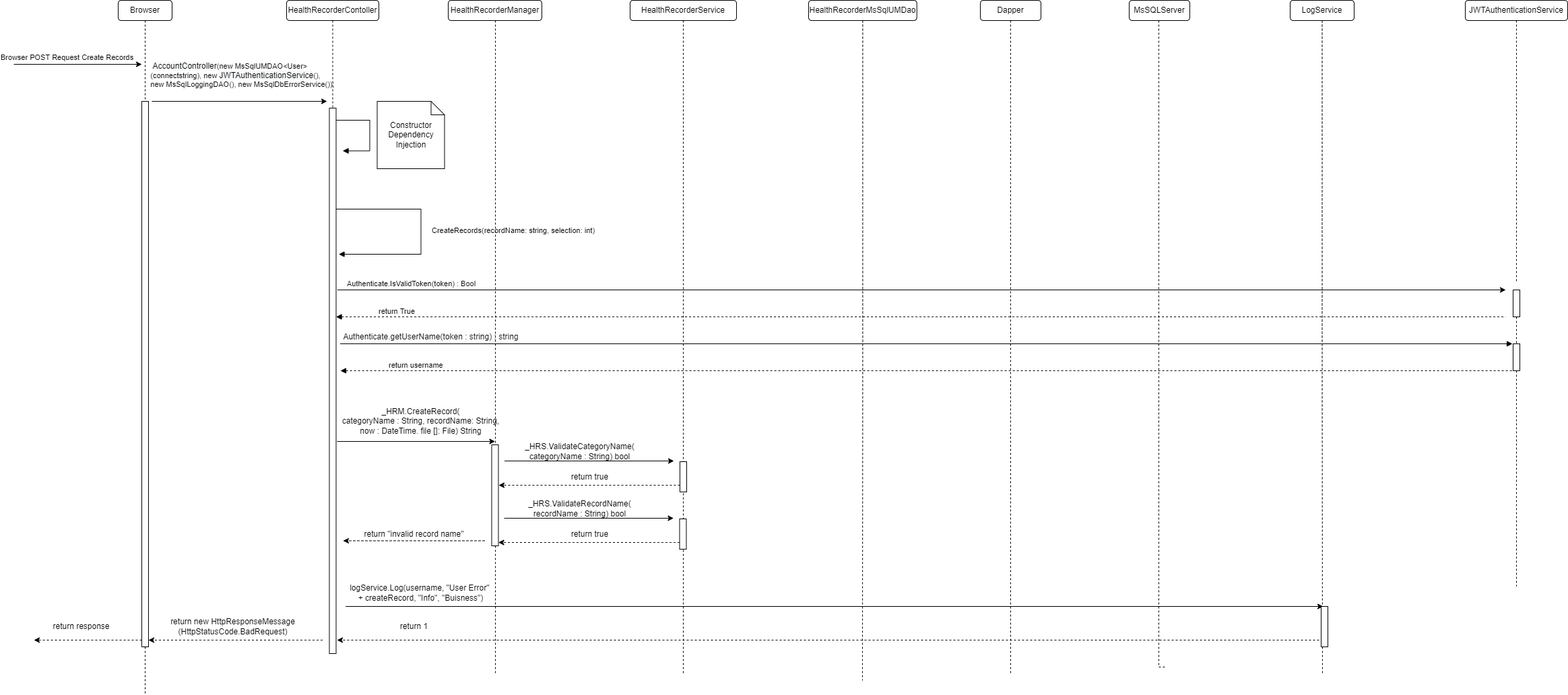
Before: Documents/Features/Feature - Health Recorder/CreateRecords/CreateRecordsLL-Invalid Record Name.drawio.png, a diagram exported from draw.io (Annihilator3180/CECS-491A-Senior-Project). Source tidied: cells renumbered, new cells last; positions are measured from the earlier drawing's top-left corner, leaving out a move shared by most shapes.
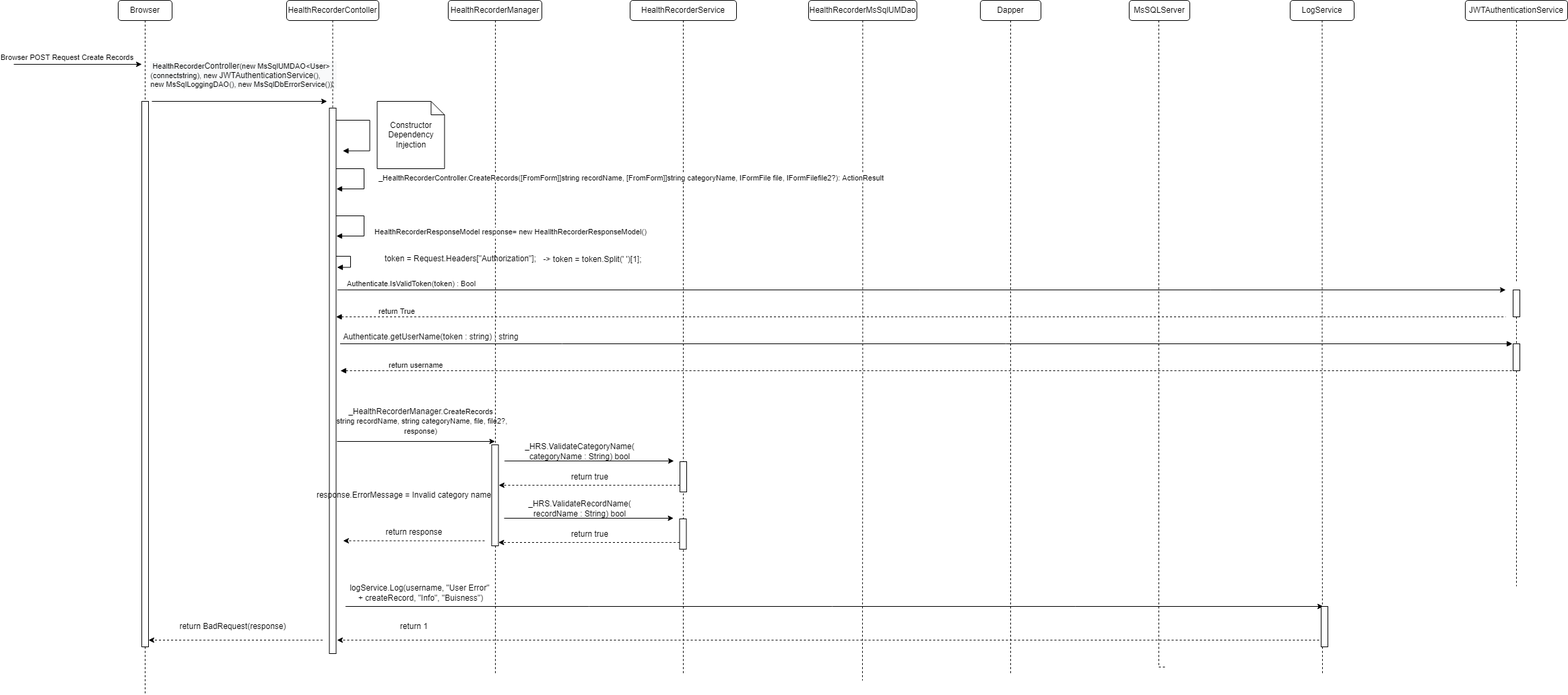
The same diagram one commit later.

Diff of the diagram source:
```diff
@@ -76,7 +76,7 @@
         <mxPoint x="465" y="150" as="targetPoint" />
       </mxGeometry>
     </mxCell>
-    <mxCell id="18" value="&lt;div style=&quot;text-align: left&quot;&gt;&amp;nbsp;&lt;span style=&quot;font-size: 12px ; text-align: center ; background-color: rgb(248 , 249 , 250)&quot;&gt;AccountController&lt;/span&gt;(new MsSqlUMDAO&amp;lt;User&amp;gt;&lt;br&gt;&lt;/div&gt;&lt;div style=&quot;text-align: left&quot;&gt;(connectstring), new&amp;nbsp;&lt;span style=&quot;font-size: 12px ; text-align: center ; background-color: rgb(248 , 249 , 250)&quot;&gt;JWTAuthenticationService&lt;/span&gt;(),&amp;nbsp;&lt;/div&gt;&lt;div style=&quot;text-align: left&quot;&gt;new MsSqlLoggingDAO(), new MsSqlDbErrorService());&amp;nbsp;&lt;/div&gt;" style="edgeLabel;html=1;align=center;verticalAlign=middle;" parent="17" vertex="1">
+    <mxCell id="18" value="&lt;div style=&quot;text-align: left&quot;&gt;&lt;div style=&quot;background-color: rgb(248 , 249 , 250)&quot;&gt;&amp;nbsp;HealthRecorder&lt;span style=&quot;font-size: 12px ; text-align: center&quot;&gt;Controller&lt;/span&gt;(new MsSqlUMDAO&amp;lt;User&amp;gt;&lt;br&gt;&lt;/div&gt;&lt;div style=&quot;background-color: rgb(248 , 249 , 250)&quot;&gt;(connectstring), new&amp;nbsp;&lt;span style=&quot;font-size: 12px ; text-align: center&quot;&gt;JWTAuthenticationService&lt;/span&gt;(),&amp;nbsp;&lt;/div&gt;&lt;div style=&quot;background-color: rgb(248 , 249 , 250)&quot;&gt;new MsSqlLoggingDAO(), new MsSqlDbErrorService());&amp;nbsp;&lt;/div&gt;&lt;/div&gt;" style="edgeLabel;html=1;align=center;verticalAlign=middle;" parent="17" vertex="1">
       <mxGeometry x="0.57" y="-1" relative="1" as="geometry">
         <mxPoint x="-69" y="-41" as="offset" />
       </mxGeometry>
@@ -94,16 +94,6 @@
     <mxCell id="20" value="Constructor Dependency Injection" style="shape=note;size=20;whiteSpace=wrap;html=1;" parent="1" vertex="1">
       <mxGeometry x="539.5" y="150" width="100" height="100" as="geometry" />
     </mxCell>
-    <mxCell id="21" value="CreateRecords(recordName: string, selection: int)" style="endArrow=block;endFill=1;html=1;edgeStyle=orthogonalEdgeStyle;align=left;verticalAlign=top;rounded=0;" parent="1" edge="1">
-      <mxGeometry x="-0.08" y="14" relative="1" as="geometry">
-        <mxPoint x="478.5" y="310" as="sourcePoint" />
-        <mxPoint x="482.5" y="377" as="targetPoint" />
-        <Array as="points">
-          <mxPoint x="604.5" y="310" />
-          <mxPoint x="604.5" y="377" />
-        </Array>
-      </mxGeometry>
-    </mxCell>
     <mxCell id="22" style="edgeStyle=orthogonalEdgeStyle;rounded=0;jettySize=auto;html=1;dashed=1;endArrow=none;endFill=0;" parent="1" edge="1" source="23">
       <mxGeometry relative="1" as="geometry">
         <mxPoint x="2231" y="420" as="targetPoint" />
@@ -186,8 +176,8 @@
         </Array>
       </mxGeometry>
     </mxCell>
-    <mxCell id="37" value="_HRM.CreateRecord(&lt;br&gt;categoryName : String, recordName: String,&lt;br&gt;now : DateTime. file []: File) String" style="text;html=1;align=center;verticalAlign=middle;strokeColor=none;fillColor=none;" parent="1" vertex="1">
-      <mxGeometry x="478.5" y="600" width="250" height="50" as="geometry" />
+    <mxCell id="37" value="_HealthRecorderManager.&lt;span style=&quot;font-size: 11px ; text-align: left ; background-color: rgb(255 , 255 , 255)&quot;&gt;CreateRecords&lt;br&gt;(string recordName, string categoryName, file, file2?,&lt;br&gt;response)&lt;/span&gt;" style="text;html=1;align=center;verticalAlign=middle;strokeColor=none;fillColor=none;" parent="1" vertex="1">
+      <mxGeometry x="468.5" y="600" width="270" height="50" as="geometry" />
     </mxCell>
     <mxCell id="38" style="endArrow=classic;html=1;rounded=0;edgeStyle=orthogonalEdgeStyle;" parent="1" edge="1">
       <mxGeometry relative="1" as="geometry">
@@ -244,8 +234,8 @@
         </Array>
       </mxGeometry>
     </mxCell>
-    <mxCell id="49" value="return &quot;invalid record name&quot;" style="text;html=1;align=center;verticalAlign=middle;strokeColor=none;fillColor=none;" parent="1" vertex="1">
-      <mxGeometry x="514" y="782.5" width="160" height="20" as="geometry" />
+    <mxCell id="49" value="&lt;span style=&quot;color: rgba(0 , 0 , 0 , 0) ; font-family: monospace ; font-size: 0px&quot;&gt;%3CmxGraphModel%3E%3Croot%3E%3CmxCell%20id%3D%220%22%2F%3E%3CmxCell%20id%3D%221%22%20parent%3D%220%22%2F%3E%3CmxCell%20id%3D%222%22%20value%3D%22return%20response%22%20style%3D%22text%3Bhtml%3D1%3Balign%3Dcenter%3BverticalAlign%3Dmiddle%3Bresizable%3D0%3Bpoints%3D%5B%5D%3Bautosize%3D1%3BstrokeColor%3Dnone%3BfillColor%3Dnone%3B%22%20vertex%3D%221%22%20parent%3D%221%22%3E%3CmxGeometry%20x%3D%22573.5%22%20y%3D%22787.5%22%20width%3D%22100%22%20height%3D%2220%22%20as%3D%22geometry%22%2F%3E%3C%2FmxCell%3E%3C%2Froot%3E%3C%2FmxGraphModel%3E&lt;/span&gt;" style="text;html=1;align=center;verticalAlign=middle;strokeColor=none;fillColor=none;" parent="1" vertex="1">
+      <mxGeometry x="584" y="782.5" width="20" height="20" as="geometry" />
     </mxCell>
     <mxCell id="50" style="edgeStyle=orthogonalEdgeStyle;rounded=0;jettySize=auto;html=1;dashed=1;startArrow=none;startFill=0;endArrow=none;endFill=0;" parent="1" edge="1" source="51">
       <mxGeometry relative="1" as="geometry">
@@ -258,8 +248,8 @@
     <mxCell id="52" style="edgeStyle=orthogonalEdgeStyle;rounded=0;jettySize=auto;html=1;dashed=1;startArrow=none;startFill=0;endArrow=none;endFill=0;" parent="1" edge="1" source="12" target="51">
       <mxGeometry relative="1" as="geometry" />
     </mxCell>
-    <mxCell id="53" value="return new HttpResponseMessage&lt;br&gt;(HttpStatusCode.BadRequest)" style="text;html=1;align=center;verticalAlign=middle;strokeColor=none;fillColor=none;" parent="1" vertex="1">
-      <mxGeometry x="225" y="915" width="200" height="30" as="geometry" />
+    <mxCell id="53" value="return BadRequest(response)" style="text;html=1;align=center;verticalAlign=middle;strokeColor=none;fillColor=none;" parent="1" vertex="1">
+      <mxGeometry x="240" y="920" width="170" height="20" as="geometry" />
     </mxCell>
     <mxCell id="54" style="edgeStyle=orthogonalEdgeStyle;rounded=0;orthogonalLoop=1;jettySize=auto;html=1;dashed=1;endArrow=classic;endFill=1;" parent="1" edge="1">
       <mxGeometry relative="1" as="geometry">
@@ -270,19 +260,6 @@
         </Array>
       </mxGeometry>
     </mxCell>
-    <mxCell id="55" value="return response" style="text;html=1;align=center;verticalAlign=middle;strokeColor=none;fillColor=none;" parent="1" vertex="1">
-      <mxGeometry x="50" y="920" width="100" height="20" as="geometry" />
-    </mxCell>
-    <mxCell id="56" style="edgeStyle=orthogonalEdgeStyle;rounded=0;orthogonalLoop=1;jettySize=auto;html=1;dashed=1;endArrow=classic;endFill=1;" parent="1" edge="1">
-      <mxGeometry relative="1" as="geometry">
-        <mxPoint x="190" y="950" as="sourcePoint" />
-        <mxPoint x="30" y="950" as="targetPoint" />
-        <Array as="points">
-          <mxPoint x="130" y="950" />
-          <mxPoint x="130" y="950" />
-        </Array>
-      </mxGeometry>
-    </mxCell>
     <mxCell id="57" value="&lt;span style=&quot;font-size: 12px&quot;&gt;logService.Log(username, &quot;User Error&quot; &lt;br&gt;+ createRecord, &quot;Info&quot;, &quot;Buisness&quot;)&lt;/span&gt;" style="text;html=1;align=center;verticalAlign=middle;strokeColor=none;fillColor=none;" parent="1" vertex="1">
       <mxGeometry x="493.5" y="865" width="220" height="30" as="geometry" />
     </mxCell>
@@ -331,5 +308,48 @@
     <mxCell id="66" value="return true" style="text;html=1;align=center;verticalAlign=middle;strokeColor=none;fillColor=none;" parent="1" vertex="1">
       <mxGeometry x="819.5" y="782.5" width="70" height="20" as="geometry" />
     </mxCell>
+    <mxCell id="55" value="return response" style="text;html=1;align=center;verticalAlign=middle;strokeColor=none;fillColor=none;" parent="1" vertex="1">
+      <mxGeometry x="544" y="780" width="100" height="20" as="geometry" />
+    </mxCell>
+    <mxCell id="67" value="response.ErrorMessage = Invalid category name" style="text;html=1;align=center;verticalAlign=middle;strokeColor=none;fillColor=none;" parent="1" vertex="1">
+      <mxGeometry x="443.5" y="725" width="270" height="20" as="geometry" />
+    </mxCell>
+    <mxCell id="68" value="_HealthRecorderController.CreateRecords([FromForm]]string recordName, [FromForm]]string categoryName, IFormFile file, IFormFilefile2?): ActionResult" style="endArrow=block;endFill=1;html=1;edgeStyle=orthogonalEdgeStyle;align=left;verticalAlign=top;rounded=0;" parent="1" edge="1">
+      <mxGeometry x="-0.26" y="20" relative="1" as="geometry">
+        <mxPoint x="478.5" y="250" as="sourcePoint" />
+        <mxPoint x="479" y="280" as="targetPoint" />
+        <Array as="points">
+          <mxPoint x="520" y="250" />
+          <mxPoint x="520" y="280" />
+        </Array>
+      </mxGeometry>
+    </mxCell>
+    <mxCell id="69" value="HealthRecorderResponseModel response= new HeallthRecorderResponseModel()" style="endArrow=block;endFill=1;html=1;edgeStyle=orthogonalEdgeStyle;align=left;verticalAlign=top;rounded=0;" parent="1" edge="1">
+      <mxGeometry x="-0.08" y="14" relative="1" as="geometry">
+        <mxPoint x="478.5" y="320" as="sourcePoint" />
+        <mxPoint x="479" y="350" as="targetPoint" />
+        <Array as="points">
+          <mxPoint x="520" y="320" />
+          <mxPoint x="520" y="350" />
+        </Array>
+      </mxGeometry>
+    </mxCell>
+    <mxCell id="70" value="token = Request.Headers[&quot;Authorization&quot;];" style="text;whiteSpace=wrap;html=1;" parent="1" vertex="1">
+      <mxGeometry x="548.5" y="370" width="250" height="30" as="geometry" />
+    </mxCell>
+    <mxCell id="71" value="-&amp;gt; token = token.Split(' ')[1];" style="text;html=1;align=center;verticalAlign=middle;strokeColor=none;fillColor=none;" parent="1" vertex="1">
+      <mxGeometry x="778.5" y="375" width="160" height="20" as="geometry" />
+    </mxCell>
+    <mxCell id="72" style="endArrow=block;endFill=1;html=1;edgeStyle=orthogonalEdgeStyle;align=left;verticalAlign=top;rounded=0;" parent="1" edge="1">
+      <mxGeometry x="-1" relative="1" as="geometry">
+        <mxPoint x="478.5" y="380" as="sourcePoint" />
+        <mxPoint x="480" y="396.5" as="targetPoint" />
+        <Array as="points">
+          <mxPoint x="500" y="380.5" />
+          <mxPoint x="500" y="396.5" />
+          <mxPoint x="480" y="396.5" />
+        </Array>
+      </mxGeometry>
+    </mxCell>
   </root>
 </mxGraphModel>
```
